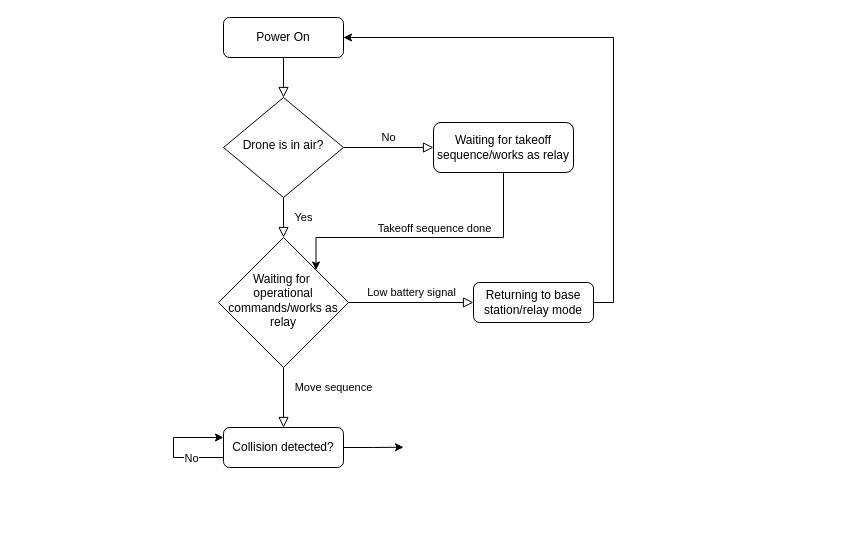
Before: Documentation/droneFSM.drawio in gekaizum/Simulator-for-LIDOR-with-ALExA, a draw.io diagram. Source tidied: cells renumbered, new cells numbered last; positions are measured from the earlier drawing's top-left corner, leaving out a move shared by most shapes. Both pictures are drawn from the tidied source at 100%, with x=0, y=0 at pixel (173, 17).
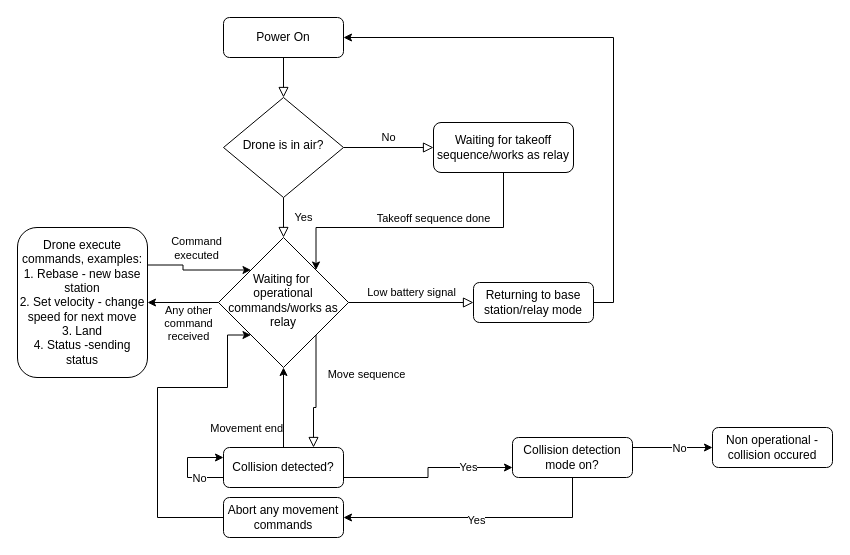
After the change.

The change refers to these unchanged cells:
```xml
<mxCell id="9" value="Waiting for takeoff sequence/works as relay" style="rounded=1;whiteSpace=wrap;html=1;fontSize=12;glass=0;strokeWidth=1;shadow=0;" parent="1" vertex="1">
  <mxGeometry x="260" y="105" width="140" height="50" as="geometry" />
</mxCell>
<mxCell id="12" value="&lt;div style=&quot;&quot;&gt;&lt;span style=&quot;background-color: initial;&quot;&gt;Waiting for&amp;nbsp;&lt;/span&gt;&lt;/div&gt;&lt;div style=&quot;&quot;&gt;&lt;span style=&quot;background-color: initial;&quot;&gt;operational commands/works as relay&lt;/span&gt;&lt;/div&gt;" style="rhombus;whiteSpace=wrap;html=1;shadow=0;fontFamily=Helvetica;fontSize=12;align=center;strokeWidth=1;spacing=6;spacingTop=-4;" parent="1" vertex="1">
  <mxGeometry x="45" y="220" width="130" height="130" as="geometry" />
</mxCell>
```

What changed in the source:
```diff
@@
     <mxCell id="7" style="edgeStyle=orthogonalEdgeStyle;rounded=0;jettySize=auto;html=1;exitX=0.5;exitY=1;exitDx=0;exitDy=0;entryX=1;entryY=0;entryDx=0;entryDy=0;" parent="1" edge="1" source="9" target="12">
       <mxGeometry relative="1" as="geometry">
         <Array as="points">
-          <mxPoint x="330" y="220" />
-          <mxPoint x="143" y="220" />
+          <mxPoint x="330" y="210" />
+          <mxPoint x="143" y="210" />
         </Array>
       </mxGeometry>
     </mxCell>
     <mxCell id="8" value="Takeoff sequence done" style="edgeLabel;html=1;align=center;verticalAlign=middle;" parent="7" vertex="1">
       <mxGeometry x="-0.02" y="-1" relative="1" as="geometry">
-        <mxPoint x="5" y="-9" as="offset" />
+        <mxPoint x="14" y="-9" as="offset" />
       </mxGeometry>
     </mxCell>
@@
-    <mxCell id="10" value="Move sequence" style="rounded=0;html=1;jettySize=auto;fontSize=11;endArrow=block;endFill=0;endSize=8;strokeWidth=1;shadow=0;labelBackgroundColor=none;edgeStyle=orthogonalEdgeStyle;" parent="1" edge="1" source="12" target="16">
+    <mxCell id="10" value="Move sequence" style="rounded=0;html=1;jettySize=auto;fontSize=11;endArrow=block;endFill=0;endSize=8;strokeWidth=1;shadow=0;labelBackgroundColor=none;edgeStyle=orthogonalEdgeStyle;exitX=1;exitY=1;exitDx=0;exitDy=0;entryX=0.75;entryY=0;entryDx=0;entryDy=0;" parent="1" edge="1" source="12" target="16">
       <mxGeometry x="-0.33" y="50" relative="1" as="geometry" />
     </mxCell>
@@
+    <mxCell id="19" style="edgeStyle=orthogonalEdgeStyle;rounded=0;jettySize=auto;html=1;exitX=0;exitY=0.5;exitDx=0;exitDy=0;" parent="1" edge="1" source="12">
+      <mxGeometry relative="1" as="geometry">
+        <mxPoint x="80" y="275" as="targetPoint" />
+      </mxGeometry>
+    </mxCell>
+    <mxCell id="20" value="Any other&lt;div&gt;command&lt;/div&gt;&lt;div&gt;received&lt;/div&gt;" style="edgeLabel;html=1;align=center;verticalAlign=middle;" parent="19" vertex="1">
+      <mxGeometry x="0.01" y="1" relative="1" as="geometry">
+        <mxPoint x="-54" y="21" as="offset" />
+      </mxGeometry>
+    </mxCell>
+    <mxCell id="21" style="edgeStyle=orthogonalEdgeStyle;rounded=0;jettySize=auto;html=1;exitX=0;exitY=0.5;exitDx=0;exitDy=0;entryX=1;entryY=0.5;entryDx=0;entryDy=0;" parent="1" edge="1" source="12" target="33">
+      <mxGeometry relative="1" as="geometry" />
+    </mxCell>
@@
     <mxCell id="13" style="edgeStyle=orthogonalEdgeStyle;rounded=0;orthogonalLoop=1;jettySize=auto;html=1;exitX=0;exitY=0.75;exitDx=0;exitDy=0;entryX=0;entryY=0.25;entryDx=0;entryDy=0;" parent="1" edge="1" source="16" target="16">
       <mxGeometry relative="1" as="geometry">
         <Array as="points">
-          <mxPoint y="440" />
-          <mxPoint y="420" />
+          <mxPoint x="14" y="460" />
+          <mxPoint x="14" y="440" />
         </Array>
       </mxGeometry>
     </mxCell>
@@
-    <mxCell id="15" style="edgeStyle=orthogonalEdgeStyle;rounded=0;jettySize=auto;html=1;exitX=1;exitY=0.5;exitDx=0;exitDy=0;" parent="1" edge="1" source="16">
-      <mxGeometry relative="1" as="geometry">
-        <mxPoint x="230" y="429.7" as="targetPoint" />
-      </mxGeometry>
+    <mxCell id="15" style="edgeStyle=orthogonalEdgeStyle;rounded=0;jettySize=auto;html=1;exitX=1;exitY=0.75;exitDx=0;exitDy=0;entryX=0;entryY=0.75;entryDx=0;entryDy=0;" parent="1" edge="1" source="16" target="27">
+      <mxGeometry relative="1" as="geometry" />
     </mxCell>
+    <mxCell id="22" value="Yes" style="edgeLabel;html=1;align=center;verticalAlign=middle;" parent="15" vertex="1">
+      <mxGeometry x="0.22" y="1" relative="1" as="geometry">
+        <mxPoint x="25" as="offset" />
+      </mxGeometry>
+    </mxCell>
     <mxCell id="16" value="Collision detected?" style="rounded=1;whiteSpace=wrap;html=1;fontSize=12;glass=0;strokeWidth=1;shadow=0;" parent="1" vertex="1">
-      <mxGeometry x="50" y="410" width="120" height="40" as="geometry" />
+      <mxGeometry x="50" y="430" width="120" height="40" as="geometry" />
     </mxCell>
@@
+    <mxCell id="23" style="edgeStyle=orthogonalEdgeStyle;rounded=0;jettySize=auto;html=1;exitX=1;exitY=0.25;exitDx=0;exitDy=0;" parent="1" edge="1" source="27">
+      <mxGeometry relative="1" as="geometry">
+        <mxPoint x="539" y="430" as="targetPoint" />
+      </mxGeometry>
+    </mxCell>
+    <mxCell id="24" value="No" style="edgeLabel;html=1;align=center;verticalAlign=middle;" parent="23" vertex="1">
+      <mxGeometry x="0.16" relative="1" as="geometry" />
+    </mxCell>
+    <mxCell id="25" style="edgeStyle=orthogonalEdgeStyle;rounded=0;jettySize=auto;html=1;exitX=0.5;exitY=1;exitDx=0;exitDy=0;entryX=1;entryY=0.5;entryDx=0;entryDy=0;" parent="1" edge="1" source="27" target="30">
+      <mxGeometry relative="1" as="geometry" />
+    </mxCell>
+    <mxCell id="26" value="Yes" style="edgeLabel;html=1;align=center;verticalAlign=middle;" parent="25" vertex="1">
+      <mxGeometry x="0.02" y="2" relative="1" as="geometry" />
+    </mxCell>
+    <mxCell id="27" value="Collision detection mode on?" style="rounded=1;whiteSpace=wrap;html=1;fontSize=12;glass=0;strokeWidth=1;shadow=0;" parent="1" vertex="1">
+      <mxGeometry x="339" y="420" width="120" height="40" as="geometry" />
+    </mxCell>
+    <mxCell id="28" value="Non operational - collision occured" style="rounded=1;whiteSpace=wrap;html=1;fontSize=12;glass=0;strokeWidth=1;shadow=0;" parent="1" vertex="1">
+      <mxGeometry x="539" y="410" width="120" height="40" as="geometry" />
+    </mxCell>
+    <mxCell id="29" style="edgeStyle=orthogonalEdgeStyle;rounded=0;jettySize=auto;html=1;exitX=0;exitY=0.5;exitDx=0;exitDy=0;entryX=0;entryY=1;entryDx=0;entryDy=0;" parent="1" edge="1" source="30" target="12">
+      <mxGeometry relative="1" as="geometry">
+        <Array as="points">
+          <mxPoint x="-16" y="500" />
+          <mxPoint x="-16" y="370" />
+          <mxPoint x="54" y="370" />
+          <mxPoint x="54" y="318" />
+        </Array>
+      </mxGeometry>
+    </mxCell>
+    <mxCell id="30" value="Abort any movement commands" style="rounded=1;whiteSpace=wrap;html=1;fontSize=12;glass=0;strokeWidth=1;shadow=0;" parent="1" vertex="1">
+      <mxGeometry x="50" y="480" width="120" height="40" as="geometry" />
+    </mxCell>
+    <mxCell id="31" style="edgeStyle=orthogonalEdgeStyle;rounded=0;jettySize=auto;html=1;exitX=1;exitY=0.25;exitDx=0;exitDy=0;entryX=0;entryY=0;entryDx=0;entryDy=0;" parent="1" edge="1" source="33" target="12">
+      <mxGeometry relative="1" as="geometry" />
+    </mxCell>
+    <mxCell id="32" value="Command&lt;div&gt;executed&lt;/div&gt;" style="edgeLabel;html=1;align=center;verticalAlign=middle;" parent="31" vertex="1">
+      <mxGeometry x="-0.02" y="-2" relative="1" as="geometry">
+        <mxPoint y="-24" as="offset" />
+      </mxGeometry>
+    </mxCell>
+    <mxCell id="33" value="Drone execute commands, examples:&lt;div&gt;1. Rebase - new base station&lt;/div&gt;&lt;div&gt;2. Set velocity - change speed for next move&lt;/div&gt;&lt;div&gt;3. Land&lt;/div&gt;&lt;div&gt;4. Status -sending status&lt;/div&gt;" style="rounded=1;whiteSpace=wrap;html=1;fontSize=12;glass=0;strokeWidth=1;shadow=0;" parent="1" vertex="1">
+      <mxGeometry x="-156" y="210" width="130" height="150" as="geometry" />
+    </mxCell>
+    <mxCell id="34" style="edgeStyle=orthogonalEdgeStyle;rounded=0;jettySize=auto;html=1;exitX=0.5;exitY=0;exitDx=0;exitDy=0;entryX=0.5;entryY=1;entryDx=0;entryDy=0;" parent="1" edge="1" source="16" target="12">
+      <mxGeometry relative="1" as="geometry" />
+    </mxCell>
+    <mxCell id="35" value="Movement end" style="edgeLabel;html=1;align=right;verticalAlign=middle;" parent="34" vertex="1">
+      <mxGeometry x="-0.01" y="2" relative="1" as="geometry">
+        <mxPoint x="2" y="20" as="offset" />
+      </mxGeometry>
+    </mxCell>
```
